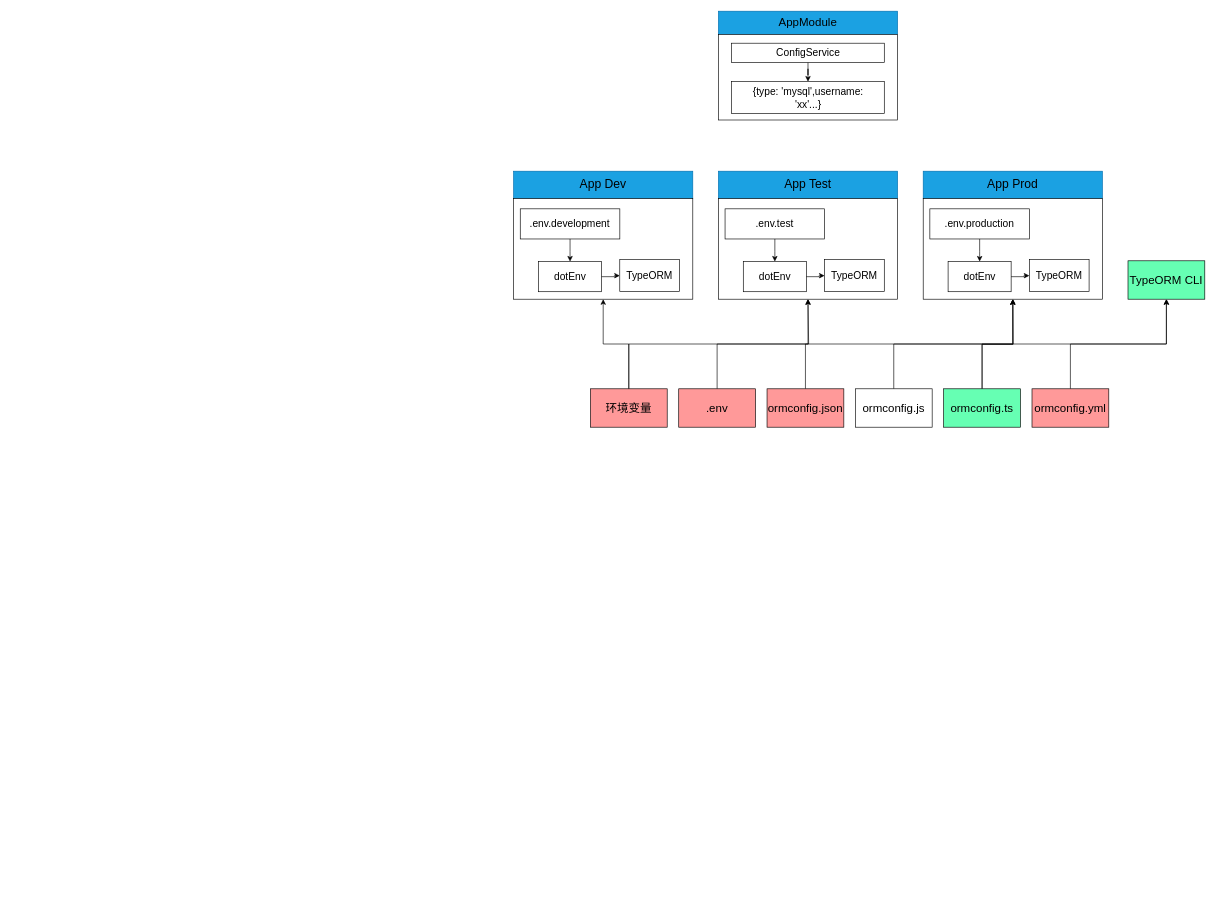
The draw.io diagram nestjs学习.drawio in ynzy/drawio, before the edit. Source tidied: cells renumbered, new cells numbered last; positions are measured from the earlier drawing's top-left corner, leaving out a move shared by most shapes. Both pictures are drawn from the tidied source at 64%, with x=0, y=0 at pixel (513, 11).
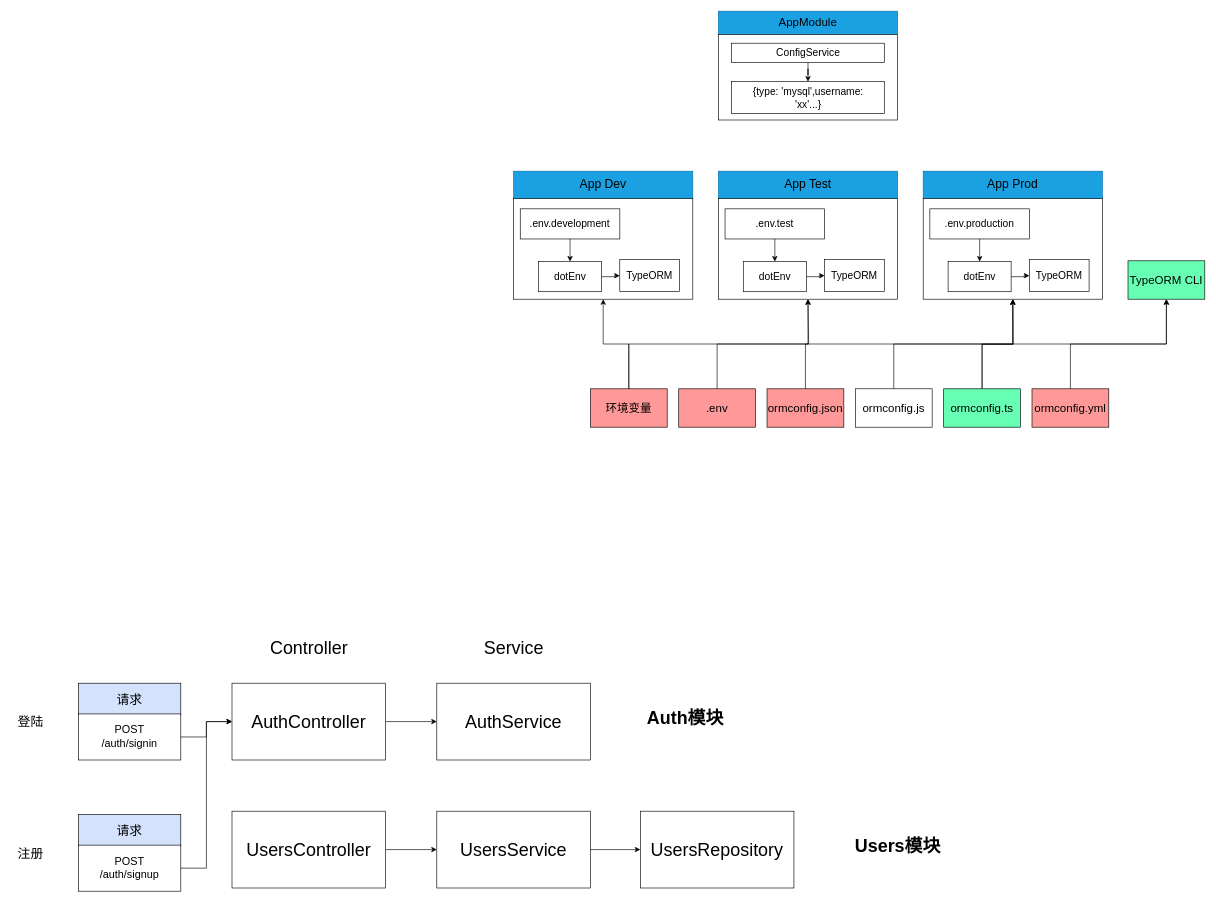
Above is the later version.

Commit message:
用户认证逻辑

Change to the diagram source:
```diff
@@
+    <mxCell id="47" style="group;" parent="1" vertex="1">
+      <mxGeometry x="-680" y="1050" width="160" height="120" as="geometry" />
+    </mxCell>
+    <mxCell id="48" value="&lt;font style=&quot;font-size: 20px;&quot;&gt;请求&lt;/font&gt;" style="rounded=0;whiteSpace=wrap;html=1;fillColor=#d4e2fc;" parent="47" vertex="1">
+      <mxGeometry width="160" height="50" as="geometry" />
+    </mxCell>
+    <mxCell id="49" value="&lt;font style=&quot;font-size: 17px;&quot;&gt;POST&lt;/font&gt;&lt;div style=&quot;font-size: 17px;&quot;&gt;&lt;font style=&quot;font-size: 17px;&quot;&gt;/auth/signin&lt;/font&gt;&lt;/div&gt;" style="rounded=0;whiteSpace=wrap;html=1;" parent="47" vertex="1">
+      <mxGeometry y="48" width="160" height="72" as="geometry" />
+    </mxCell>
+    <mxCell id="50" value="&lt;font style=&quot;font-size: 20px;&quot;&gt;登陆&lt;/font&gt;" style="text;html=1;align=center;verticalAlign=middle;strokeColor=none;fillColor=none;" parent="1" vertex="1">
+      <mxGeometry x="-785" y="1090" width="60" height="40" as="geometry" />
+    </mxCell>
+    <mxCell id="51" style="group;" parent="1" vertex="1">
+      <mxGeometry x="-680" y="1255" width="160" height="120" as="geometry" />
+    </mxCell>
+    <mxCell id="52" value="&lt;font style=&quot;font-size: 20px;&quot;&gt;请求&lt;/font&gt;" style="rounded=0;whiteSpace=wrap;html=1;fillColor=#d4e2fc;" parent="51" vertex="1">
+      <mxGeometry width="160" height="50" as="geometry" />
+    </mxCell>
+    <mxCell id="53" value="&lt;font style=&quot;font-size: 17px;&quot;&gt;POST&lt;/font&gt;&lt;div style=&quot;font-size: 17px;&quot;&gt;&lt;font style=&quot;font-size: 17px;&quot;&gt;/auth/signup&lt;/font&gt;&lt;/div&gt;" style="rounded=0;whiteSpace=wrap;html=1;" parent="51" vertex="1">
+      <mxGeometry y="48" width="160" height="72" as="geometry" />
+    </mxCell>
+    <mxCell id="54" value="&lt;span style=&quot;font-size: 20px;&quot;&gt;注册&lt;/span&gt;" style="text;html=1;align=center;verticalAlign=middle;strokeColor=none;fillColor=none;" parent="1" vertex="1">
+      <mxGeometry x="-785" y="1295" width="60" height="40" as="geometry" />
+    </mxCell>
+    <mxCell id="55" style="edgeStyle=orthogonalEdgeStyle;rounded=0;jettySize=auto;html=1;" parent="1" edge="1" source="56" target="60">
+      <mxGeometry relative="1" as="geometry" />
+    </mxCell>
+    <mxCell id="56" value="&lt;font style=&quot;font-size: 28px;&quot;&gt;AuthController&lt;/font&gt;" style="rounded=0;whiteSpace=wrap;html=1;" parent="1" vertex="1">
+      <mxGeometry x="-440" y="1050" width="240" height="120" as="geometry" />
+    </mxCell>
+    <mxCell id="57" value="&lt;font style=&quot;font-size: 28px;&quot;&gt;Controller&lt;/font&gt;" style="text;html=1;align=center;verticalAlign=middle;strokeColor=none;fillColor=none;" parent="1" vertex="1">
+      <mxGeometry x="-390" y="970" width="140" height="50" as="geometry" />
+    </mxCell>
+    <mxCell id="58" style="edgeStyle=orthogonalEdgeStyle;rounded=0;jettySize=auto;html=1;" parent="1" edge="1" source="59" target="65">
+      <mxGeometry relative="1" as="geometry" />
+    </mxCell>
+    <mxCell id="59" value="&lt;font style=&quot;font-size: 28px;&quot;&gt;UsersController&lt;/font&gt;" style="rounded=0;whiteSpace=wrap;html=1;" parent="1" vertex="1">
+      <mxGeometry x="-440" y="1250" width="240" height="120" as="geometry" />
+    </mxCell>
+    <mxCell id="60" value="&lt;font style=&quot;font-size: 28px;&quot;&gt;AuthService&lt;/font&gt;" style="rounded=0;whiteSpace=wrap;html=1;" parent="1" vertex="1">
+      <mxGeometry x="-120" y="1050" width="240" height="120" as="geometry" />
+    </mxCell>
+    <mxCell id="61" value="&lt;font style=&quot;font-size: 28px;&quot;&gt;Service&lt;/font&gt;" style="text;html=1;align=center;verticalAlign=middle;strokeColor=none;fillColor=none;" parent="1" vertex="1">
+      <mxGeometry x="-60" y="970" width="120" height="50" as="geometry" />
+    </mxCell>
+    <mxCell id="62" style="edgeStyle=orthogonalEdgeStyle;rounded=0;jettySize=auto;html=1;" parent="1" edge="1" source="49" target="56">
+      <mxGeometry relative="1" as="geometry" />
+    </mxCell>
+    <mxCell id="63" style="edgeStyle=orthogonalEdgeStyle;rounded=0;jettySize=auto;html=1;entryX=0;entryY=0.5;entryDx=0;entryDy=0;" parent="1" edge="1" source="53" target="56">
+      <mxGeometry relative="1" as="geometry" />
+    </mxCell>
+    <mxCell id="64" style="edgeStyle=orthogonalEdgeStyle;rounded=0;jettySize=auto;html=1;" parent="1" edge="1" source="65" target="66">
+      <mxGeometry relative="1" as="geometry" />
+    </mxCell>
+    <mxCell id="65" value="&lt;font style=&quot;font-size: 28px;&quot;&gt;UsersService&lt;/font&gt;" style="rounded=0;whiteSpace=wrap;html=1;" parent="1" vertex="1">
+      <mxGeometry x="-120" y="1250" width="240" height="120" as="geometry" />
+    </mxCell>
+    <mxCell id="66" value="&lt;font style=&quot;font-size: 28px;&quot;&gt;UsersRepository&lt;/font&gt;" style="rounded=0;whiteSpace=wrap;html=1;" parent="1" vertex="1">
+      <mxGeometry x="198" y="1250" width="240" height="120" as="geometry" />
+    </mxCell>
+    <mxCell id="67" value="&lt;font style=&quot;font-size: 28px;&quot;&gt;&lt;b&gt;Auth模块&lt;/b&gt;&lt;/font&gt;" style="text;html=1;align=center;verticalAlign=middle;strokeColor=none;fillColor=none;" parent="1" vertex="1">
+      <mxGeometry x="198" y="1080" width="140" height="50" as="geometry" />
+    </mxCell>
+    <mxCell id="68" value="&lt;font style=&quot;font-size: 28px;&quot;&gt;&lt;b&gt;Users模块&lt;/b&gt;&lt;/font&gt;" style="text;html=1;align=center;verticalAlign=middle;strokeColor=none;fillColor=none;" parent="1" vertex="1">
+      <mxGeometry x="520" y="1280" width="160" height="50" as="geometry" />
+    </mxCell>
```
